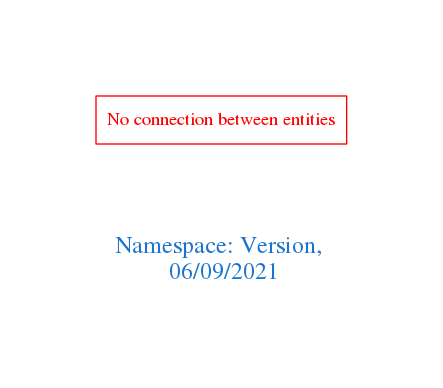
Before: downloads/Version.png, a diagram exported from Graphviz (arago/OGIT). Its source is kept beside it as downloads/Version.dot.
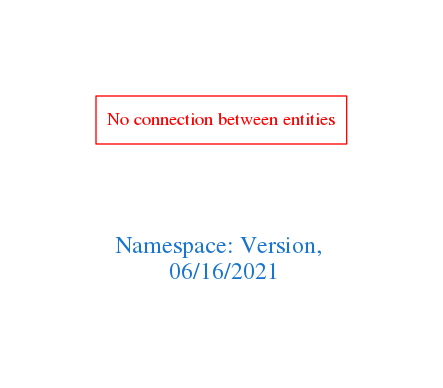
After the change.

Diff of the diagram source:
```diff
@@ -1,7 +1,7 @@
 digraph OGIT_ontology {
  graph [ rankdir= LR,pad=1
 fontsize = 18,
-fontcolor= dodgerblue3,label = "\n\n\nNamespace: Version, \n 06/09/2021"];
+fontcolor= dodgerblue3,label = "\n\n\nNamespace: Version, \n 06/16/2021"];
 node[shape=polygon];
 edge [  color="gray81"];
 
```
